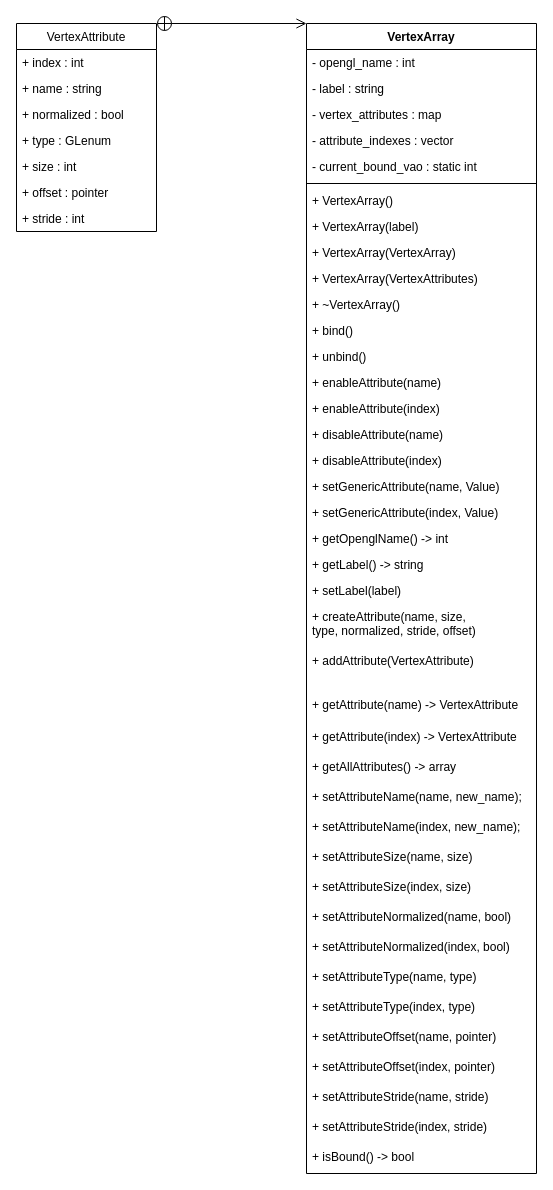
Above: docs/VertexArray.drawio in LowFire/blazer3d (draw.io), before the change. Source tidied: cells renumbered, new cells numbered last; positions are measured from the earlier drawing's top-left corner, leaving out a move shared by most shapes. Both pictures are drawn from the tidied source at 100%, with x=0, y=0 at pixel (16, 23).
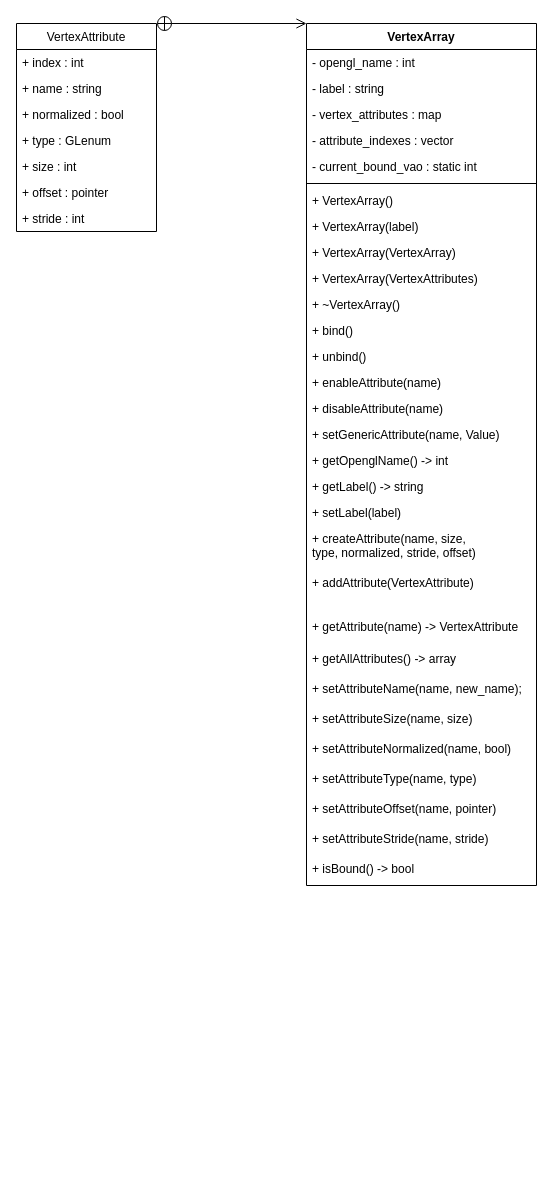
The same page after the edit.

Commit message (it also covers changes not shown here):
Debugged and refactored some unit tests. Changed type of attribute_indexes.

Change to the diagram source:
```diff
@@
     <mxCell id="2" value="VertexArray" style="swimlane;fontStyle=1;align=center;verticalAlign=top;horizontal=1;startSize=26;" parent="1" vertex="1">
-      <mxGeometry x="290" width="230" height="1150" as="geometry" />
+      <mxGeometry x="290" width="230" height="862" as="geometry" />
     </mxCell>
@@
-    <mxCell id="17" value="+ enableAttribute(index)" style="text;strokeColor=none;fillColor=none;align=left;verticalAlign=top;spacingLeft=4;spacingRight=4;overflow=hidden;" parent="2" vertex="1">
-      <mxGeometry y="372" width="230" height="26" as="geometry" />
-    </mxCell>
     <mxCell id="18" value="+ disableAttribute(name)" style="text;strokeColor=none;fillColor=none;align=left;verticalAlign=top;spacingLeft=4;spacingRight=4;overflow=hidden;" parent="2" vertex="1">
-      <mxGeometry y="398" width="230" height="26" as="geometry" />
+      <mxGeometry y="372" width="230" height="26" as="geometry" />
     </mxCell>
-    <mxCell id="19" value="+ disableAttribute(index)" style="text;strokeColor=none;fillColor=none;align=left;verticalAlign=top;spacingLeft=4;spacingRight=4;overflow=hidden;" parent="2" vertex="1">
-      <mxGeometry y="424" width="230" height="26" as="geometry" />
-    </mxCell>
     <mxCell id="20" value="+ setGenericAttribute(name, Value)" style="text;strokeColor=none;fillColor=none;align=left;verticalAlign=top;spacingLeft=4;spacingRight=4;overflow=hidden;" parent="2" vertex="1">
-      <mxGeometry y="450" width="230" height="26" as="geometry" />
+      <mxGeometry y="398" width="230" height="26" as="geometry" />
     </mxCell>
-    <mxCell id="21" value="+ setGenericAttribute(index, Value)" style="text;strokeColor=none;fillColor=none;align=left;verticalAlign=top;spacingLeft=4;spacingRight=4;overflow=hidden;" parent="2" vertex="1">
-      <mxGeometry y="476" width="230" height="26" as="geometry" />
-    </mxCell>
     <mxCell id="22" value="+ getOpenglName() -&gt; int" style="text;strokeColor=none;fillColor=none;align=left;verticalAlign=top;spacingLeft=4;spacingRight=4;overflow=hidden;" parent="2" vertex="1">
-      <mxGeometry y="502" width="230" height="26" as="geometry" />
+      <mxGeometry y="424" width="230" height="26" as="geometry" />
     </mxCell>
     <mxCell id="23" value="+ getLabel() -&gt; string" style="text;strokeColor=none;fillColor=none;align=left;verticalAlign=top;spacingLeft=4;spacingRight=4;overflow=hidden;" parent="2" vertex="1">
-      <mxGeometry y="528" width="230" height="26" as="geometry" />
+      <mxGeometry y="450" width="230" height="26" as="geometry" />
     </mxCell>
     <mxCell id="24" value="+ setLabel(label)" style="text;strokeColor=none;fillColor=none;align=left;verticalAlign=top;spacingLeft=4;spacingRight=4;overflow=hidden;" parent="2" vertex="1">
-      <mxGeometry y="554" width="230" height="26" as="geometry" />
+      <mxGeometry y="476" width="230" height="26" as="geometry" />
     </mxCell>
     <mxCell id="25" value="+ createAttribute(name, size,&#10;type, normalized, stride, offset)" style="text;strokeColor=none;fillColor=none;align=left;verticalAlign=top;spacingLeft=4;spacingRight=4;overflow=hidden;" parent="2" vertex="1">
-      <mxGeometry y="580" width="230" height="44" as="geometry" />
+      <mxGeometry y="502" width="230" height="44" as="geometry" />
     </mxCell>
     <mxCell id="26" value="+ addAttribute(VertexAttribute)" style="text;strokeColor=none;fillColor=none;align=left;verticalAlign=top;spacingLeft=4;spacingRight=4;overflow=hidden;" parent="2" vertex="1">
-      <mxGeometry y="624" width="230" height="44" as="geometry" />
+      <mxGeometry y="546" width="230" height="44" as="geometry" />
     </mxCell>
     <mxCell id="27" value="+ getAttribute(name) -&gt; VertexAttribute" style="text;strokeColor=none;fillColor=none;align=left;verticalAlign=top;spacingLeft=4;spacingRight=4;overflow=hidden;" parent="2" vertex="1">
-      <mxGeometry y="668" width="230" height="32" as="geometry" />
+      <mxGeometry y="590" width="230" height="32" as="geometry" />
     </mxCell>
-    <mxCell id="28" value="+ getAttribute(index) -&gt; VertexAttribute" style="text;strokeColor=none;fillColor=none;align=left;verticalAlign=top;spacingLeft=4;spacingRight=4;overflow=hidden;" parent="2" vertex="1">
-      <mxGeometry y="700" width="230" height="30" as="geometry" />
-    </mxCell>
     <mxCell id="29" value="+ getAllAttributes() -&gt; array" style="text;strokeColor=none;fillColor=none;align=left;verticalAlign=top;spacingLeft=4;spacingRight=4;overflow=hidden;" parent="2" vertex="1">
-      <mxGeometry y="730" width="230" height="30" as="geometry" />
+      <mxGeometry y="622" width="230" height="30" as="geometry" />
     </mxCell>
     <mxCell id="30" value="+ setAttributeName(name, new_name);" style="text;strokeColor=none;fillColor=none;align=left;verticalAlign=top;spacingLeft=4;spacingRight=4;overflow=hidden;" parent="2" vertex="1">
-      <mxGeometry y="760" width="230" height="30" as="geometry" />
+      <mxGeometry y="652" width="230" height="30" as="geometry" />
     </mxCell>
-    <mxCell id="31" value="+ setAttributeName(index, new_name);" style="text;strokeColor=none;fillColor=none;align=left;verticalAlign=top;spacingLeft=4;spacingRight=4;overflow=hidden;" parent="2" vertex="1">
-      <mxGeometry y="790" width="230" height="30" as="geometry" />
-    </mxCell>
     <mxCell id="32" value="+ setAttributeSize(name, size)" style="text;strokeColor=none;fillColor=none;align=left;verticalAlign=top;spacingLeft=4;spacingRight=4;overflow=hidden;" parent="2" vertex="1">
-      <mxGeometry y="820" width="230" height="30" as="geometry" />
+      <mxGeometry y="682" width="230" height="30" as="geometry" />
     </mxCell>
-    <mxCell id="33" value="+ setAttributeSize(index, size)" style="text;strokeColor=none;fillColor=none;align=left;verticalAlign=top;spacingLeft=4;spacingRight=4;overflow=hidden;" parent="2" vertex="1">
-      <mxGeometry y="850" width="230" height="30" as="geometry" />
-    </mxCell>
     <mxCell id="34" value="+ setAttributeNormalized(name, bool)" style="text;strokeColor=none;fillColor=none;align=left;verticalAlign=top;spacingLeft=4;spacingRight=4;overflow=hidden;" parent="2" vertex="1">
-      <mxGeometry y="880" width="230" height="30" as="geometry" />
+      <mxGeometry y="712" width="230" height="30" as="geometry" />
     </mxCell>
-    <mxCell id="35" value="+ setAttributeNormalized(index, bool)" style="text;strokeColor=none;fillColor=none;align=left;verticalAlign=top;spacingLeft=4;spacingRight=4;overflow=hidden;" parent="2" vertex="1">
-      <mxGeometry y="910" width="230" height="30" as="geometry" />
-    </mxCell>
     <mxCell id="36" value="+ setAttributeType(name, type)" style="text;strokeColor=none;fillColor=none;align=left;verticalAlign=top;spacingLeft=4;spacingRight=4;overflow=hidden;" parent="2" vertex="1">
-      <mxGeometry y="940" width="230" height="30" as="geometry" />
+      <mxGeometry y="742" width="230" height="30" as="geometry" />
     </mxCell>
-    <mxCell id="37" value="+ setAttributeType(index, type)" style="text;strokeColor=none;fillColor=none;align=left;verticalAlign=top;spacingLeft=4;spacingRight=4;overflow=hidden;" parent="2" vertex="1">
-      <mxGeometry y="970" width="230" height="30" as="geometry" />
-    </mxCell>
     <mxCell id="38" value="+ setAttributeOffset(name, pointer)" style="text;strokeColor=none;fillColor=none;align=left;verticalAlign=top;spacingLeft=4;spacingRight=4;overflow=hidden;" parent="2" vertex="1">
-      <mxGeometry y="1000" width="230" height="30" as="geometry" />
+      <mxGeometry y="772" width="230" height="30" as="geometry" />
     </mxCell>
-    <mxCell id="39" value="+ setAttributeOffset(index, pointer)" style="text;strokeColor=none;fillColor=none;align=left;verticalAlign=top;spacingLeft=4;spacingRight=4;overflow=hidden;" parent="2" vertex="1">
-      <mxGeometry y="1030" width="230" height="30" as="geometry" />
-    </mxCell>
     <mxCell id="40" value="+ setAttributeStride(name, stride)" style="text;strokeColor=none;fillColor=none;align=left;verticalAlign=top;spacingLeft=4;spacingRight=4;overflow=hidden;" parent="2" vertex="1">
-      <mxGeometry y="1060" width="230" height="30" as="geometry" />
+      <mxGeometry y="802" width="230" height="30" as="geometry" />
     </mxCell>
-    <mxCell id="41" value="+ setAttributeStride(index, stride)" style="text;strokeColor=none;fillColor=none;align=left;verticalAlign=top;spacingLeft=4;spacingRight=4;overflow=hidden;" parent="2" vertex="1">
-      <mxGeometry y="1090" width="230" height="30" as="geometry" />
-    </mxCell>
     <mxCell id="42" value="+ isBound() -&gt; bool" style="text;strokeColor=none;fillColor=none;align=left;verticalAlign=top;spacingLeft=4;spacingRight=4;overflow=hidden;" parent="2" vertex="1">
-      <mxGeometry y="1120" width="230" height="30" as="geometry" />
+      <mxGeometry y="832" width="230" height="30" as="geometry" />
     </mxCell>
```
